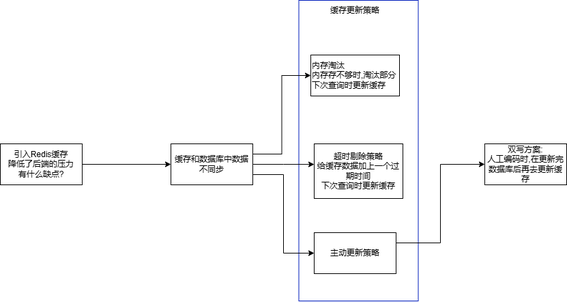
This is 缓存更新策略.drawio.png from yzhsuisuis/Hand-drawn-maps, a draw.io export, as it was before one commit. Source tidied: cells renumbered, new cells last; positions are measured from the earlier drawing's top-left corner, leaving out a move shared by most shapes.
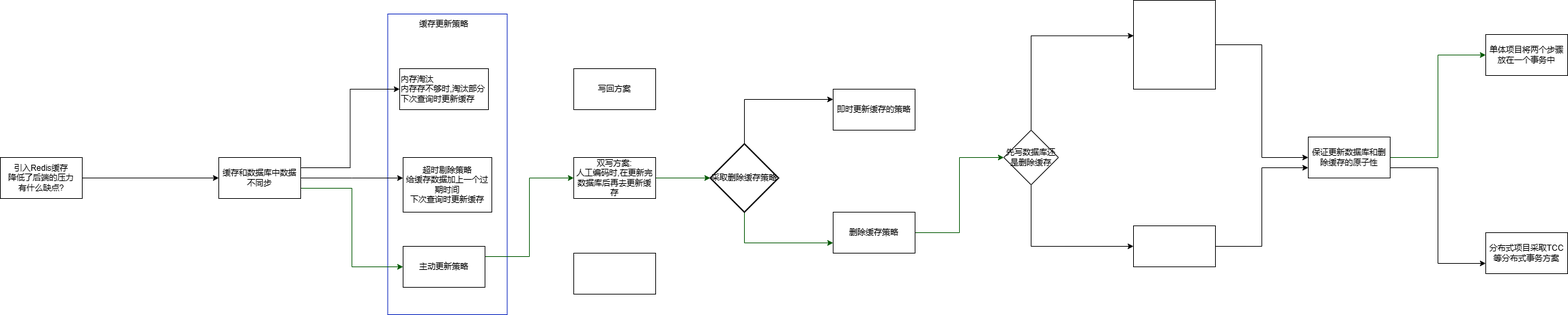
The same file after the commit.

Commit message:
更新缓存更新策略.drawio.png

Diff of the diagram source:
```diff
@@ -9,16 +9,16 @@
       <mxGeometry relative="1" as="geometry" />
     </mxCell>
     <mxCell id="4" value="引入Redis缓存&lt;div&gt;降低了后端的压力&lt;/div&gt;&lt;div&gt;有什么缺点?&lt;/div&gt;" style="whiteSpace=wrap;html=1;" parent="1" vertex="1">
-      <mxGeometry y="210" width="120" height="60" as="geometry" />
+      <mxGeometry x="-130" y="210" width="120" height="60" as="geometry" />
     </mxCell>
     <mxCell id="5" style="edgeStyle=orthogonalEdgeStyle;rounded=0;jettySize=auto;html=1;exitX=1;exitY=0.25;exitDx=0;exitDy=0;entryX=0;entryY=0.5;entryDx=0;entryDy=0;" parent="1" edge="1" source="7" target="9">
       <mxGeometry relative="1" as="geometry" />
     </mxCell>
-    <mxCell id="6" style="edgeStyle=orthogonalEdgeStyle;rounded=0;jettySize=auto;html=1;exitX=1;exitY=0.75;exitDx=0;exitDy=0;entryX=0;entryY=0.5;entryDx=0;entryDy=0;" parent="1" edge="1" source="7" target="11">
+    <mxCell id="6" style="edgeStyle=orthogonalEdgeStyle;rounded=0;jettySize=auto;html=1;exitX=1;exitY=0.75;exitDx=0;exitDy=0;entryX=0;entryY=0.5;entryDx=0;entryDy=0;fillColor=#008a00;strokeColor=#005700;" parent="1" edge="1" source="7" target="11">
       <mxGeometry relative="1" as="geometry" />
     </mxCell>
     <mxCell id="7" value="缓存和数据库中数据不同步" style="whiteSpace=wrap;html=1;" parent="1" vertex="1">
-      <mxGeometry x="250" y="210" width="120" height="60" as="geometry" />
+      <mxGeometry x="190" y="210" width="120" height="60" as="geometry" />
     </mxCell>
     <mxCell id="8" value="&lt;div&gt;超时剔除策略&lt;/div&gt;给缓存数据加上一个过期时间&lt;div&gt;下次查询时更新缓存&lt;/div&gt;" style="whiteSpace=wrap;html=1;" parent="1" vertex="1">
       <mxGeometry x="460" y="210" width="130" height="80" as="geometry" />
@@ -26,7 +26,7 @@
     <mxCell id="9" value="内存淘汰&lt;div&gt;内存存不够时,淘汰部分&lt;/div&gt;&lt;div&gt;下次查询时更新缓存&lt;/div&gt;" style="whiteSpace=wrap;html=1;align=left;" parent="1" vertex="1">
       <mxGeometry x="455" y="80" width="130" height="60" as="geometry" />
     </mxCell>
-    <mxCell id="10" style="edgeStyle=orthogonalEdgeStyle;rounded=0;jettySize=auto;html=1;exitX=1;exitY=0.25;exitDx=0;exitDy=0;entryX=0;entryY=0.5;entryDx=0;entryDy=0;" parent="1" edge="1" source="11" target="13">
+    <mxCell id="10" style="edgeStyle=orthogonalEdgeStyle;rounded=0;jettySize=auto;html=1;exitX=1;exitY=0.25;exitDx=0;exitDy=0;entryX=0;entryY=0.5;entryDx=0;entryDy=0;fillColor=#008a00;strokeColor=#005700;" parent="1" edge="1" source="11" target="13">
       <mxGeometry relative="1" as="geometry" />
     </mxCell>
     <mxCell id="11" value="主动更新策略" style="whiteSpace=wrap;html=1;" parent="1" vertex="1">
@@ -35,11 +35,74 @@
     <mxCell id="12" value="缓存更新策略" style="text;strokeColor=none;align=center;fillColor=none;html=1;verticalAlign=middle;whiteSpace=wrap;rounded=0;" parent="1" vertex="1">
       <mxGeometry x="480" width="80" height="30" as="geometry" />
     </mxCell>
+    <mxCell id="15" style="edgeStyle=orthogonalEdgeStyle;rounded=0;jettySize=auto;html=1;exitX=1;exitY=0.5;exitDx=0;exitDy=0;fillColor=#008a00;strokeColor=#005700;" parent="1" edge="1" source="13" target="18">
+      <mxGeometry relative="1" as="geometry" />
+    </mxCell>
     <mxCell id="13" value="双写方案:&lt;div&gt;人工编码时,在更新完数据库后再去更新缓存&lt;/div&gt;" style="whiteSpace=wrap;html=1;" parent="1" vertex="1">
       <mxGeometry x="710" y="210" width="120" height="60" as="geometry" />
     </mxCell>
     <mxCell id="14" style="edgeStyle=orthogonalEdgeStyle;rounded=0;jettySize=auto;html=1;exitX=1;exitY=0.5;exitDx=0;exitDy=0;entryX=0;entryY=0.376;entryDx=0;entryDy=0;entryPerimeter=0;" parent="1" edge="1" source="7" target="8">
       <mxGeometry relative="1" as="geometry" />
     </mxCell>
+    <mxCell id="16" style="edgeStyle=orthogonalEdgeStyle;rounded=0;jettySize=auto;html=1;exitX=0.5;exitY=1;exitDx=0;exitDy=0;exitPerimeter=0;entryX=0;entryY=0.75;entryDx=0;entryDy=0;fillColor=#008a00;strokeColor=#005700;" parent="1" edge="1" source="18" target="21">
+      <mxGeometry relative="1" as="geometry" />
+    </mxCell>
+    <mxCell id="17" style="edgeStyle=orthogonalEdgeStyle;rounded=0;jettySize=auto;html=1;exitX=0.5;exitY=0;exitDx=0;exitDy=0;exitPerimeter=0;entryX=0;entryY=0.25;entryDx=0;entryDy=0;" parent="1" edge="1" source="18" target="19">
+      <mxGeometry relative="1" as="geometry" />
+    </mxCell>
+    <mxCell id="18" value="采取删除缓存策略" style="strokeWidth=2;html=1;shape=mxgraph.flowchart.decision;whiteSpace=wrap;" parent="1" vertex="1">
+      <mxGeometry x="910" y="190" width="100" height="100" as="geometry" />
+    </mxCell>
+    <mxCell id="19" value="即时更新缓存的策略" style="whiteSpace=wrap;html=1;" parent="1" vertex="1">
+      <mxGeometry x="1090" y="110" width="120" height="60" as="geometry" />
+    </mxCell>
+    <mxCell id="20" style="edgeStyle=orthogonalEdgeStyle;rounded=0;jettySize=auto;html=1;exitX=1;exitY=0.5;exitDx=0;exitDy=0;entryX=0;entryY=0.5;entryDx=0;entryDy=0;fillColor=#008a00;strokeColor=#005700;" parent="1" edge="1" source="21" target="23">
+      <mxGeometry relative="1" as="geometry" />
+    </mxCell>
+    <mxCell id="21" value="删除缓存策略" style="whiteSpace=wrap;html=1;" parent="1" vertex="1">
+      <mxGeometry x="1090" y="290" width="120" height="60" as="geometry" />
+    </mxCell>
+    <mxCell id="22" style="edgeStyle=orthogonalEdgeStyle;rounded=0;jettySize=auto;html=1;exitX=0.5;exitY=1;exitDx=0;exitDy=0;entryX=0;entryY=0.5;entryDx=0;entryDy=0;" parent="1" edge="1" source="23" target="34">
+      <mxGeometry relative="1" as="geometry" />
+    </mxCell>
+    <mxCell id="23" value="先写数据库还是删除缓存" style="rhombus;whiteSpace=wrap;html=1;" parent="1" vertex="1">
+      <mxGeometry x="1340" y="170" width="80" height="80" as="geometry" />
+    </mxCell>
+    <mxCell id="24" style="edgeStyle=orthogonalEdgeStyle;rounded=0;jettySize=auto;html=1;exitX=1;exitY=0.5;exitDx=0;exitDy=0;entryX=0;entryY=0.5;entryDx=0;entryDy=0;fillColor=#008a00;strokeColor=#005700;" parent="1" edge="1" source="26" target="27">
+      <mxGeometry relative="1" as="geometry" />
+    </mxCell>
+    <mxCell id="25" style="edgeStyle=orthogonalEdgeStyle;rounded=0;jettySize=auto;html=1;exitX=1;exitY=0.75;exitDx=0;exitDy=0;entryX=0;entryY=0.75;entryDx=0;entryDy=0;" parent="1" edge="1" source="26" target="28">
+      <mxGeometry relative="1" as="geometry" />
+    </mxCell>
+    <mxCell id="26" value="保证更新数据库和删除缓存的原子性" style="whiteSpace=wrap;html=1;" parent="1" vertex="1">
+      <mxGeometry x="1786" y="180" width="120" height="60" as="geometry" />
+    </mxCell>
+    <mxCell id="27" value="单体项目将两个步骤放在一个事务中" style="whiteSpace=wrap;html=1;" parent="1" vertex="1">
+      <mxGeometry x="2046" y="30" width="120" height="60" as="geometry" />
+    </mxCell>
+    <mxCell id="28" value="分布式项目采取TCC等分布式事务方案" style="whiteSpace=wrap;html=1;" parent="1" vertex="1">
+      <mxGeometry x="2046" y="320" width="120" height="60" as="geometry" />
+    </mxCell>
+    <mxCell id="29" value="写回方案" style="whiteSpace=wrap;html=1;" parent="1" vertex="1">
+      <mxGeometry x="710" y="80" width="120" height="60" as="geometry" />
+    </mxCell>
+    <mxCell id="30" style="whiteSpace=wrap;html=1;" parent="1" vertex="1">
+      <mxGeometry x="710" y="350" width="120" height="60" as="geometry" />
+    </mxCell>
+    <mxCell id="31" style="edgeStyle=orthogonalEdgeStyle;rounded=0;jettySize=auto;html=1;entryX=0;entryY=0.5;entryDx=0;entryDy=0;" parent="1" edge="1" source="32" target="26">
+      <mxGeometry relative="1" as="geometry" />
+    </mxCell>
+    <mxCell id="32" style="whiteSpace=wrap;html=1;" parent="1" vertex="1">
+      <mxGeometry x="1530" y="-20" width="120" height="130" as="geometry" />
+    </mxCell>
+    <mxCell id="33" style="edgeStyle=orthogonalEdgeStyle;rounded=0;jettySize=auto;html=1;exitX=1;exitY=0.5;exitDx=0;exitDy=0;entryX=0;entryY=0.75;entryDx=0;entryDy=0;" parent="1" edge="1" source="34" target="26">
+      <mxGeometry relative="1" as="geometry" />
+    </mxCell>
+    <mxCell id="34" style="whiteSpace=wrap;html=1;" parent="1" vertex="1">
+      <mxGeometry x="1530" y="310" width="120" height="60" as="geometry" />
+    </mxCell>
+    <mxCell id="35" style="edgeStyle=orthogonalEdgeStyle;rounded=0;jettySize=auto;html=1;exitX=0.5;exitY=0;exitDx=0;exitDy=0;entryX=0.002;entryY=0.399;entryDx=0;entryDy=0;entryPerimeter=0;" parent="1" edge="1" source="23" target="32">
+      <mxGeometry relative="1" as="geometry" />
+    </mxCell>
   </root>
 </mxGraphModel>
```
